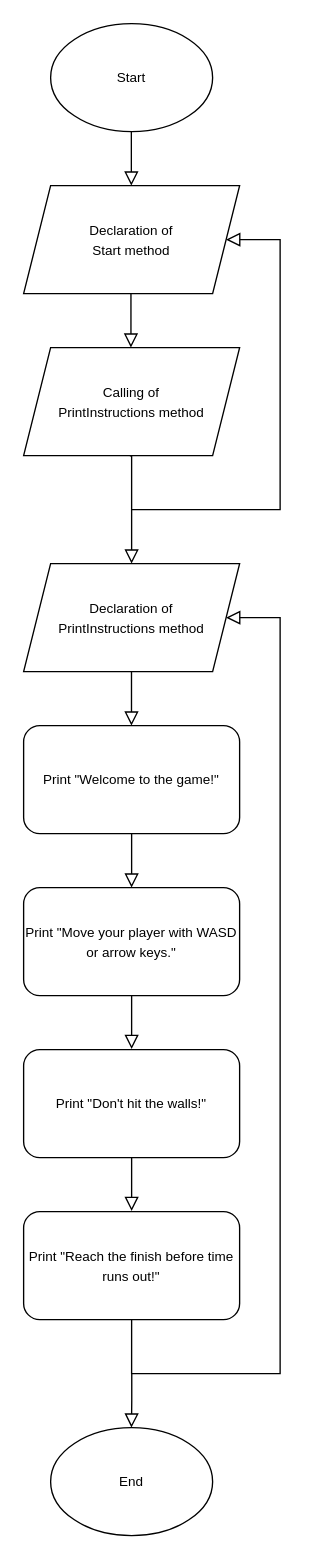
DimosGk/TicTacToeGame keeps this draw.io diagram as Ανώνυμο διάγραμμα.drawio. Above is the earlier version. Source tidied: cells renumbered, new cells numbered last; positions are measured from the earlier drawing's top-left corner, leaving out a move shared by most shapes. Both pictures are drawn from the tidied source at 135%, with x=0, y=0 at pixel (23, 23).
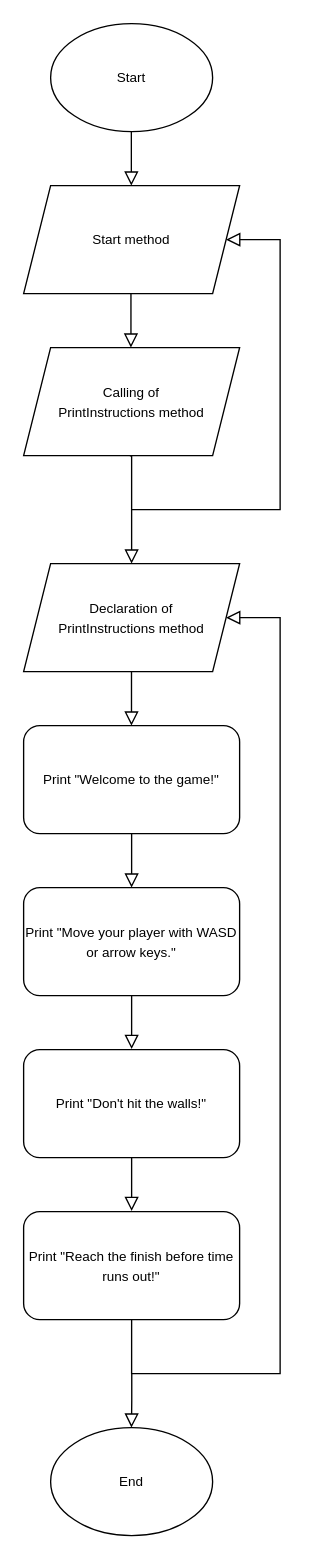
The same diagram, later.

Diff of the diagram source:
```diff
@@
-    <mxCell id="15" value="&lt;font style=&quot;font-size: 10px;&quot;&gt;Declaration of&lt;/font&gt;&lt;div&gt;&lt;span style=&quot;font-size: 10px; background-color: transparent; color: light-dark(rgb(0, 0, 0), rgb(255, 255, 255));&quot;&gt;Start method&lt;/span&gt;&lt;/div&gt;" style="shape=parallelogram;perimeter=parallelogramPerimeter;whiteSpace=wrap;html=1;fixedSize=1;align=center;" parent="1" vertex="1">
+    <mxCell id="15" value="&lt;span style=&quot;background-color: transparent; color: light-dark(rgb(0, 0, 0), rgb(255, 255, 255)); font-size: 10px;&quot;&gt;Start method&lt;/span&gt;" style="shape=parallelogram;perimeter=parallelogramPerimeter;whiteSpace=wrap;html=1;fixedSize=1;align=center;" parent="1" vertex="1">
       <mxGeometry y="120" width="160" height="80" as="geometry" />
     </mxCell>
```
